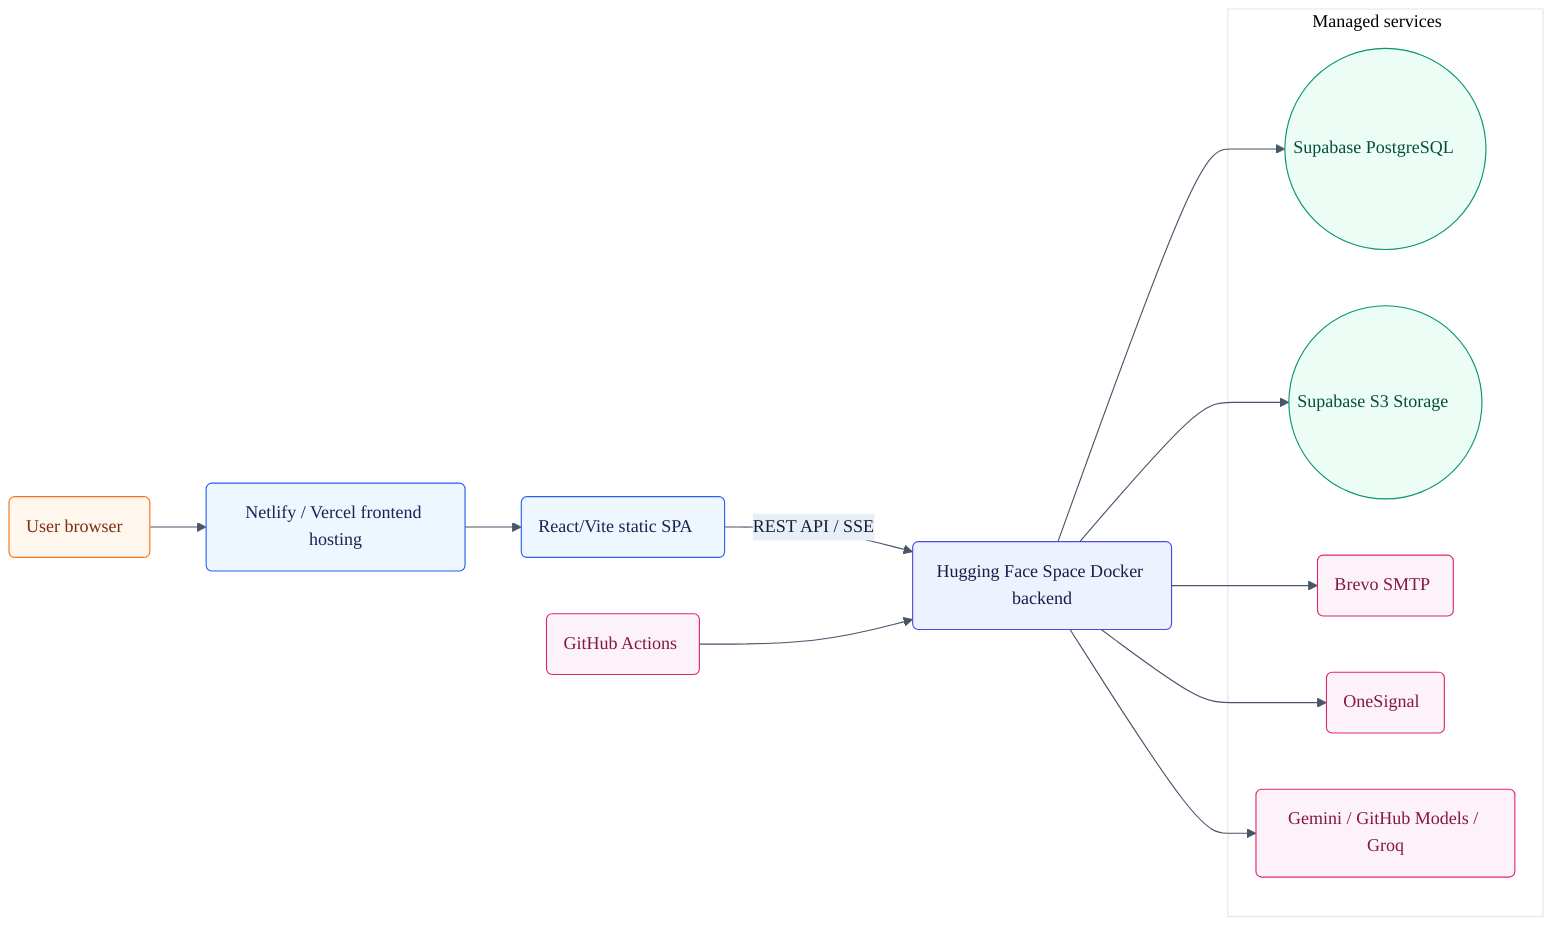
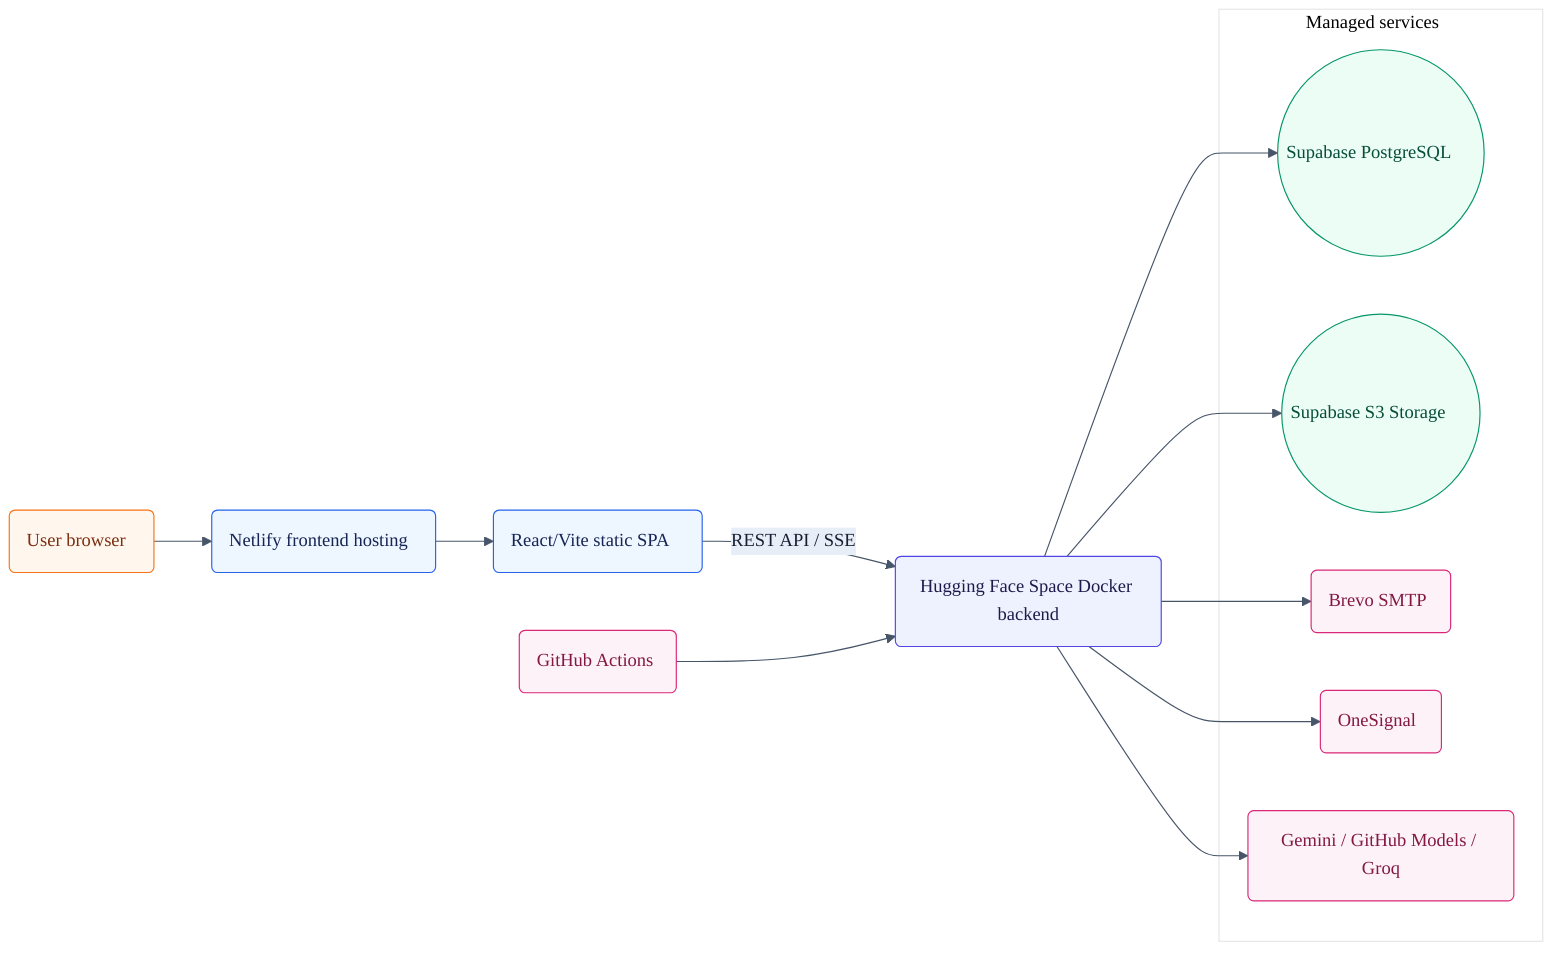
---
config:
  theme: base
  themeVariables:
    fontFamily: Inter, Arial, sans-serif
    primaryColor: '#f8fafc'
    primaryTextColor: '#172033'
    primaryBorderColor: '#65758b'
    lineColor: '#475569'
    secondaryColor: '#e8eef8'
    tertiaryColor: '#ffffff'
---
flowchart LR
-     User(User browser):::person --> FEHost(Netlify / Vercel frontend hosting):::app
+     User(User browser):::person --> FEHost(Netlify frontend hosting):::app
    FEHost --> SPA(React/Vite static SPA):::app
    SPA -->|REST API / SSE| HF(Hugging Face Space Docker backend):::backend
    subgraph Managed[Managed services]
      PG((Supabase PostgreSQL)):::data
      Storage((Supabase S3 Storage)):::data
      Brevo(Brevo SMTP):::external
      OS(OneSignal):::external
      AI(Gemini / GitHub Models / Groq):::external
    end
    HF --> PG
    HF --> Storage
    HF --> Brevo
    HF --> OS
    HF --> AI
    GH(GitHub Actions):::external --> HF

classDef person fill:#fff7ed,stroke:#f97316,color:#7c2d12,stroke-width:1px;
classDef app fill:#eef6ff,stroke:#2563eb,color:#172554,stroke-width:1px;
classDef backend fill:#eef2ff,stroke:#4f46e5,color:#1e1b4b,stroke-width:1px;
classDef data fill:#ecfdf5,stroke:#059669,color:#064e3b,stroke-width:1px;
classDef external fill:#fdf2f8,stroke:#db2777,color:#831843,stroke-width:1px;
classDef process fill:#f8fafc,stroke:#64748b,color:#0f172a,stroke-width:1px;
classDef warn fill:#fff7ed,stroke:#ea580c,color:#7c2d12,stroke-width:1px;
classDef ok fill:#f0fdf4,stroke:#16a34a,color:#14532d,stroke-width:1px;
